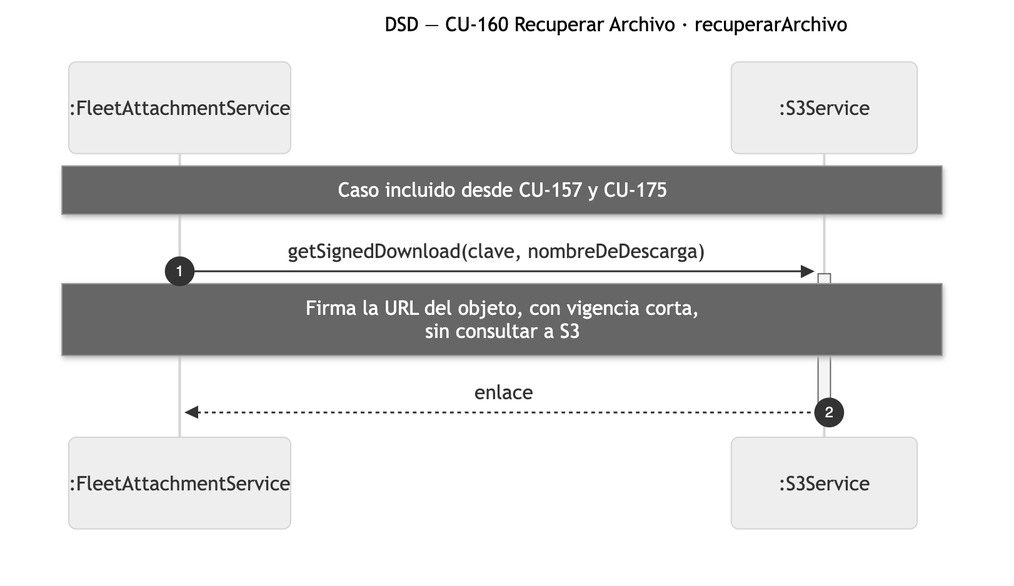
Before: diagramas/png/DSD_CU-160_recuperarArchivo.png, a diagram exported from Mermaid (Nahuelito-Dev/splg-docs). Its source is kept beside it as diagramas/DSD_CU-160_recuperarArchivo.mmd.
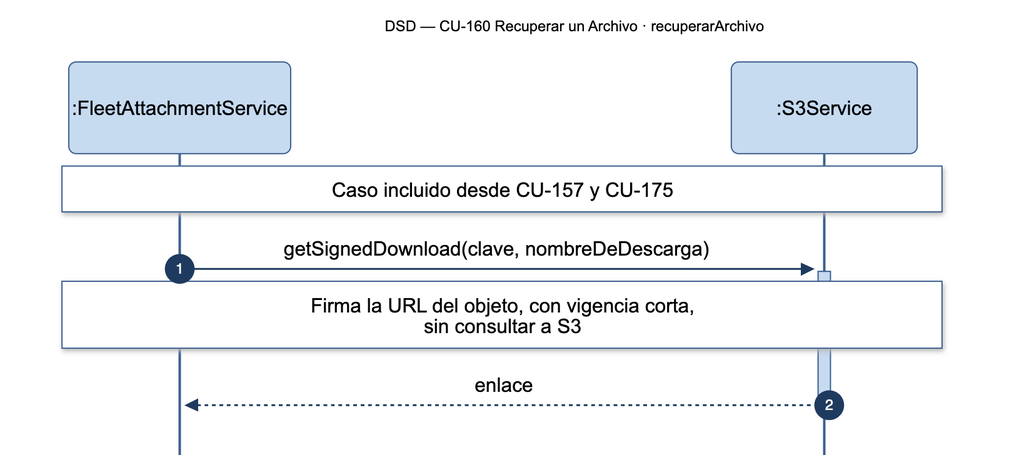
After the commit.

Change to the diagram source:
```diff
@@ -1,6 +1,6 @@
 %%{init: {"sequence": {"actorMargin": 190}}}%%
 sequenceDiagram
-    title DSD — CU-160 Recuperar Archivo · recuperarArchivo
+    title DSD — CU-160 Recuperar un Archivo · recuperarArchivo
     autonumber
     participant SRV as :FleetAttachmentService
     participant S3 as :S3Service
```
